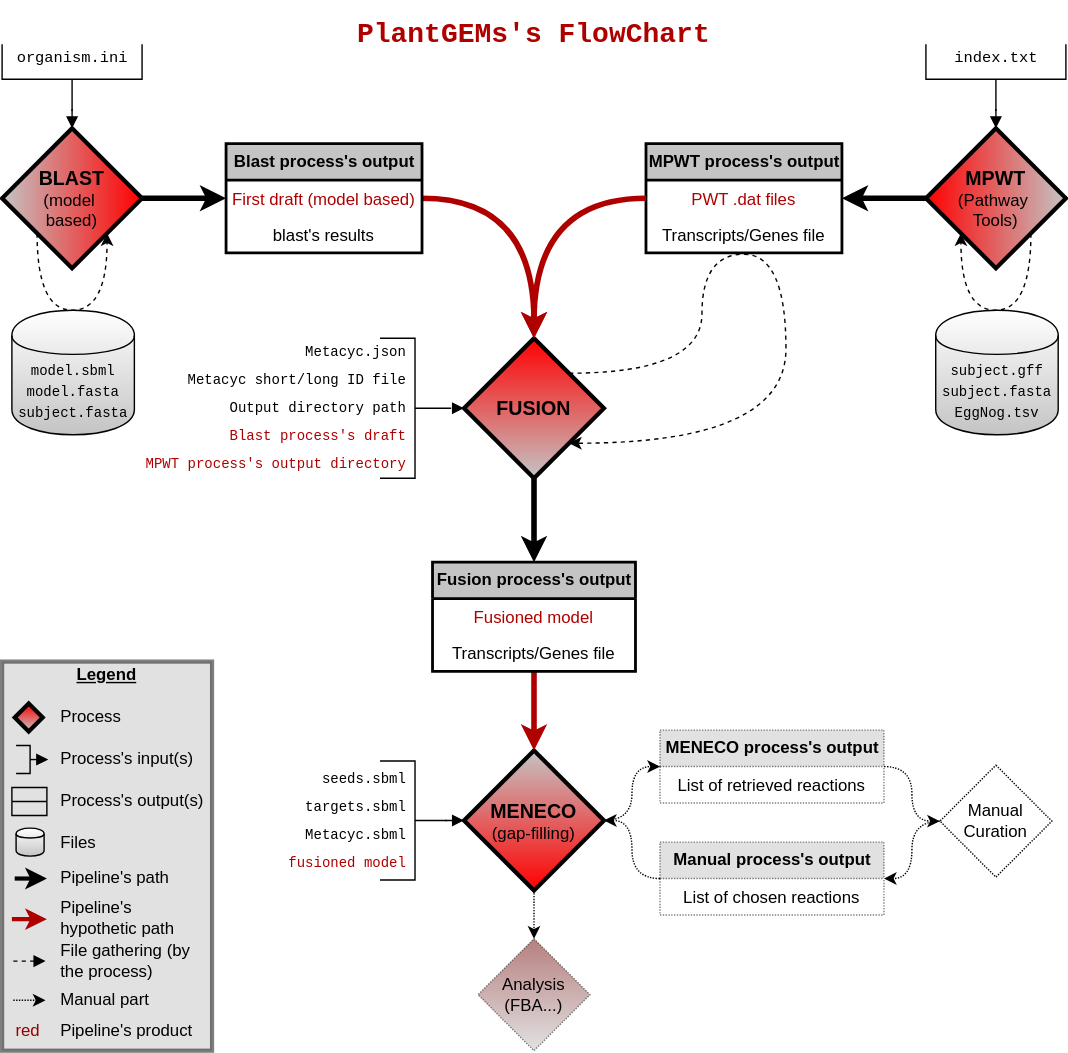
AsaLap/PlantGEMs keeps this draw.io diagram as Flowchart_PlantGEMs.drawio.svg. Above is the earlier version. Source tidied: cells renumbered, new cells last; positions are measured from the earlier drawing's top-left corner, leaving out a move shared by most shapes.
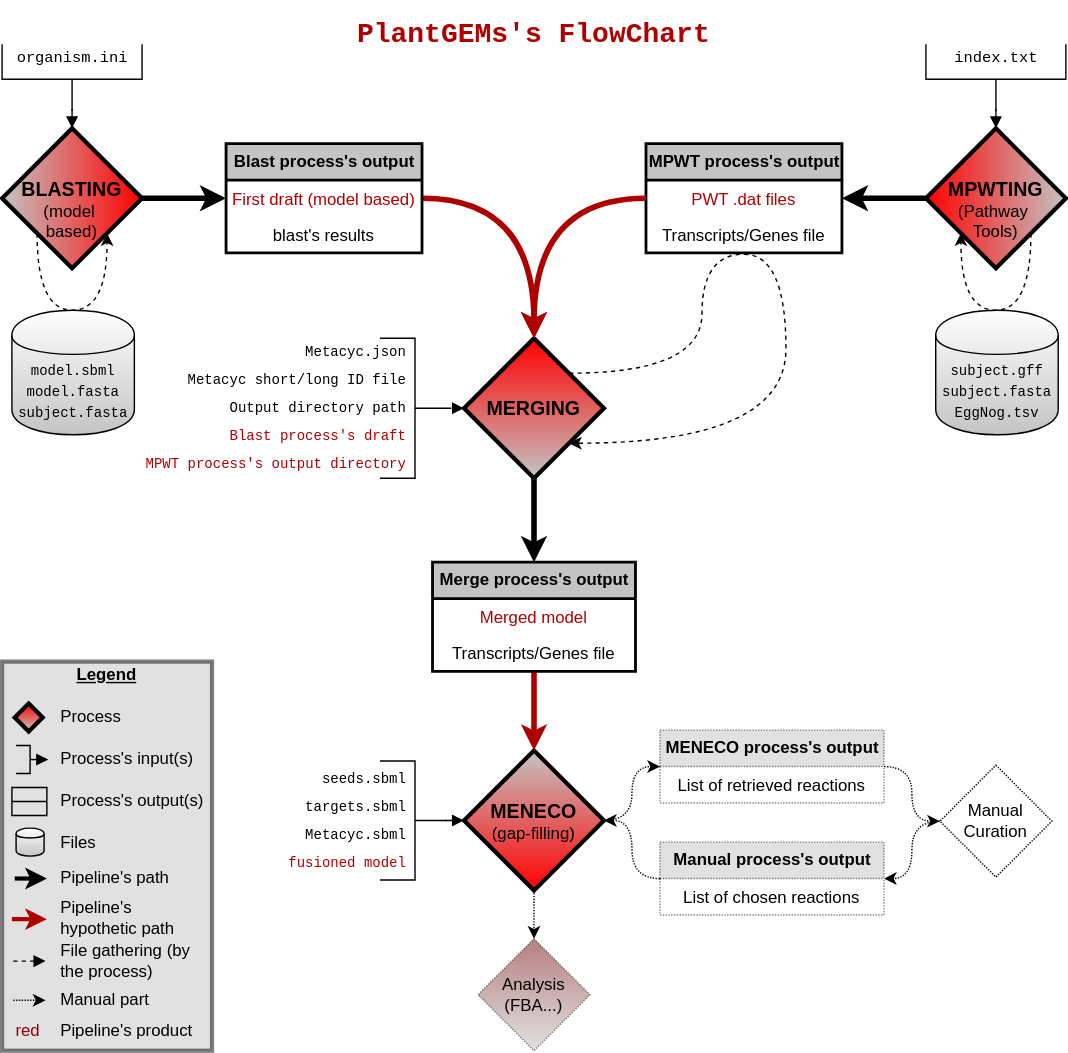
After the change.

What changed in the source:
```diff
@@ -18,19 +18,19 @@
         </Array>
       </mxGeometry>
     </mxCell>
-    <mxCell id="5" value="&lt;b&gt;&lt;font style=&quot;font-size: 14px&quot;&gt;BLAST&lt;/font&gt;&lt;/b&gt;&lt;br&gt;&lt;font style=&quot;font-size: 12px&quot;&gt;(model&amp;nbsp;&lt;br&gt;based)&lt;/font&gt;" style="rhombus;labelBorderColor=none;labelBackgroundColor=none;whiteSpace=wrap;html=1;strokeWidth=3;gradientDirection=west;gradientColor=#C4C4C4;fillColor=#FF0000;" parent="1" vertex="1">
+    <mxCell id="5" value="&lt;b&gt;&lt;font style=&quot;font-size: 14px&quot;&gt;&lt;br&gt;BLASTING&lt;/font&gt;&lt;/b&gt;&lt;br&gt;&lt;font style=&quot;font-size: 12px&quot;&gt;(model&amp;nbsp;&lt;br&gt;based)&lt;/font&gt;" style="rhombus;labelBorderColor=none;labelBackgroundColor=none;whiteSpace=wrap;html=1;strokeWidth=3;gradientDirection=west;gradientColor=#C4C4C4;fillColor=#FF0000;" parent="1" vertex="1">
       <mxGeometry y="81" width="100" height="100" as="geometry" />
     </mxCell>
     <mxCell id="6" style="edgeStyle=orthogonalEdgeStyle;curved=1;jettySize=auto;html=1;entryX=1;entryY=0.5;entryDx=0;entryDy=0;startArrow=none;startFill=0;fontColor=#6F0000;strokeWidth=4;" parent="1" edge="1" source="7" target="26">
       <mxGeometry relative="1" as="geometry" />
     </mxCell>
-    <mxCell id="7" value="&lt;b&gt;&lt;font style=&quot;font-size: 14px&quot;&gt;MPWT&lt;/font&gt;&lt;/b&gt;&lt;br&gt;(Pathway&amp;nbsp;&lt;br&gt;Tools)" style="rhombus;whiteSpace=wrap;html=1;strokeWidth=3;gradientDirection=east;fillColor=#FF0000;gradientColor=#C4C4C4;" parent="1" vertex="1">
+    <mxCell id="7" value="&lt;b&gt;&lt;font style=&quot;font-size: 14px&quot;&gt;&lt;br&gt;MPWTING&lt;/font&gt;&lt;/b&gt;&lt;br&gt;(Pathway&amp;nbsp;&lt;br&gt;Tools)" style="rhombus;whiteSpace=wrap;html=1;strokeWidth=3;gradientDirection=east;fillColor=#FF0000;gradientColor=#C4C4C4;" parent="1" vertex="1">
       <mxGeometry x="660" y="81" width="100" height="100" as="geometry" />
     </mxCell>
     <mxCell id="8" style="edgeStyle=orthogonalEdgeStyle;curved=1;jettySize=auto;html=1;entryX=0.5;entryY=0;entryDx=0;entryDy=0;startArrow=none;startFill=0;fontColor=#6F0000;strokeWidth=4;" parent="1" edge="1" source="9" target="54">
       <mxGeometry relative="1" as="geometry" />
     </mxCell>
-    <mxCell id="9" value="&lt;b&gt;&lt;font style=&quot;font-size: 14px&quot;&gt;FUSION&lt;/font&gt;&lt;/b&gt;" style="rhombus;whiteSpace=wrap;html=1;strokeWidth=3;fillColor=#FF0000;gradientColor=#C4C4C4;" parent="1" vertex="1">
+    <mxCell id="9" value="&lt;b&gt;&lt;font style=&quot;font-size: 14px&quot;&gt;MERGING&lt;/font&gt;&lt;/b&gt;" style="rhombus;whiteSpace=wrap;html=1;strokeWidth=3;fillColor=#FF0000;gradientColor=#C4C4C4;" parent="1" vertex="1">
       <mxGeometry x="330" y="231" width="100" height="100" as="geometry" />
     </mxCell>
     <mxCell id="10" style="edgeStyle=orthogonalEdgeStyle;curved=1;jettySize=auto;html=1;exitX=0.5;exitY=1;exitDx=0;exitDy=0;startArrow=none;startFill=0;fontColor=#FFFFFF;dashed=1;dashPattern=1 1;entryX=0.5;entryY=0;entryDx=0;entryDy=0;" parent="1" edge="1" source="12" target="29">
@@ -179,10 +179,10 @@
     <mxCell id="53" value="List of chosen reactions" style="text;strokeColor=none;fillColor=none;align=center;verticalAlign=top;spacingLeft=4;spacingRight=4;overflow=hidden;dashed=1;dashPattern=1 1;" parent="52" vertex="1">
       <mxGeometry y="26" width="160" height="26" as="geometry" />
     </mxCell>
-    <mxCell id="54" value="&lt;b&gt;Fusion process's output&lt;/b&gt;" style="swimlane;fontStyle=0;horizontal=1;startSize=26;labelBackgroundColor=none;fontColor=#000000;align=center;html=1;fillColor=#C4C4C4;strokeWidth=2;" parent="1" vertex="1">
+    <mxCell id="54" value="&lt;b&gt;Merge process's output&lt;/b&gt;" style="swimlane;fontStyle=0;horizontal=1;startSize=26;labelBackgroundColor=none;fontColor=#000000;align=center;html=1;fillColor=#C4C4C4;strokeWidth=2;" parent="1" vertex="1">
       <mxGeometry x="307.5" y="391" width="145" height="78" as="geometry" />
     </mxCell>
-    <mxCell id="55" value="Fusioned model" style="text;strokeColor=none;fillColor=none;align=center;verticalAlign=top;spacingLeft=4;spacingRight=4;overflow=hidden;fontColor=#AF0000;" parent="54" vertex="1">
+    <mxCell id="55" value="Merged model" style="text;strokeColor=none;fillColor=none;align=center;verticalAlign=top;spacingLeft=4;spacingRight=4;overflow=hidden;fontColor=#AF0000;" parent="54" vertex="1">
       <mxGeometry y="26" width="145" height="26" as="geometry" />
     </mxCell>
     <mxCell id="56" value="Transcripts/Genes file" style="text;strokeColor=none;fillColor=none;align=center;verticalAlign=top;spacingLeft=4;spacingRight=4;overflow=hidden;" parent="54" vertex="1">
```
